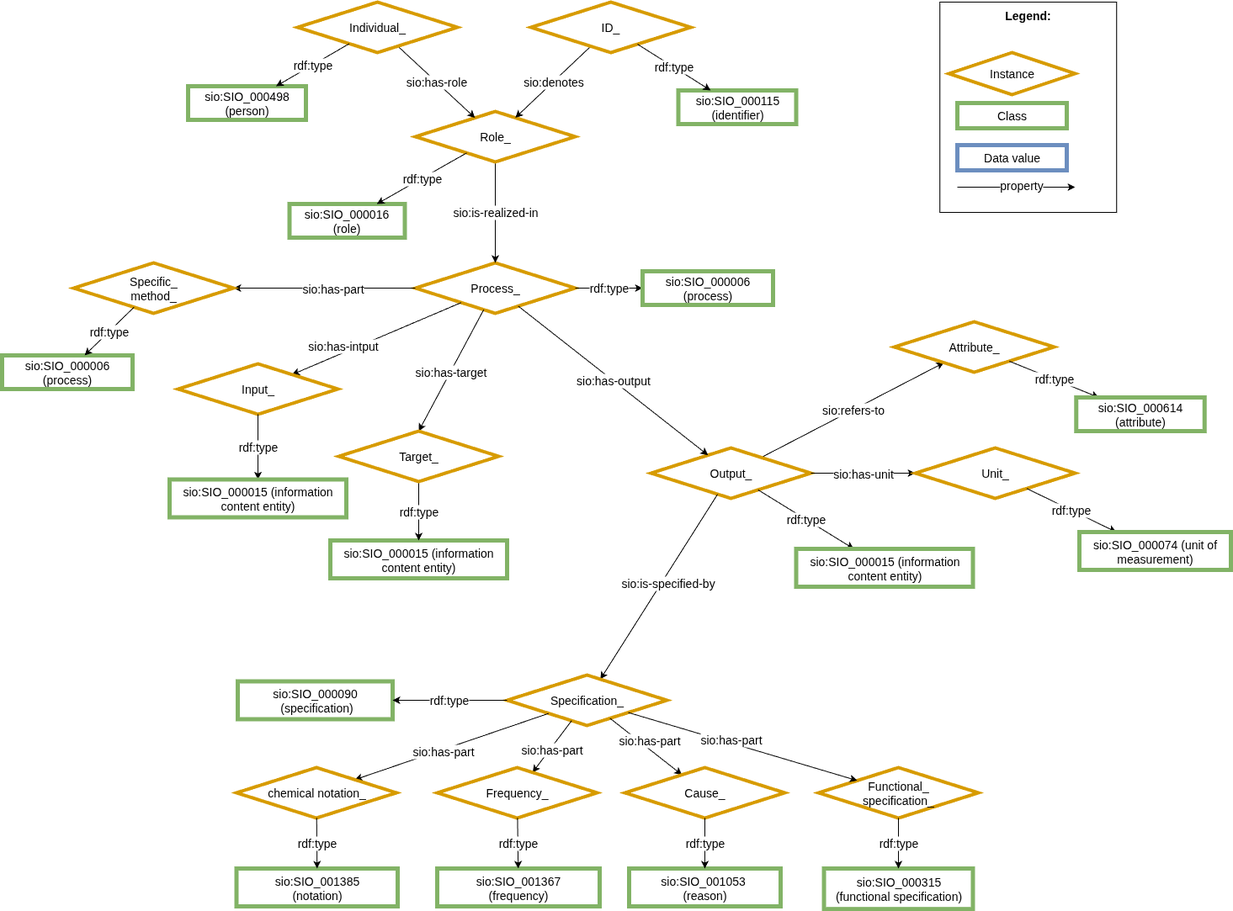
This is images/CARE-SM-Core.drawio.png from CARE-SM/CARE-Semantic-Model, a draw.io export, as it was before one commit. Source tidied: cells renumbered, new cells last; positions are measured from the earlier drawing's top-left corner, leaving out a move shared by most shapes.
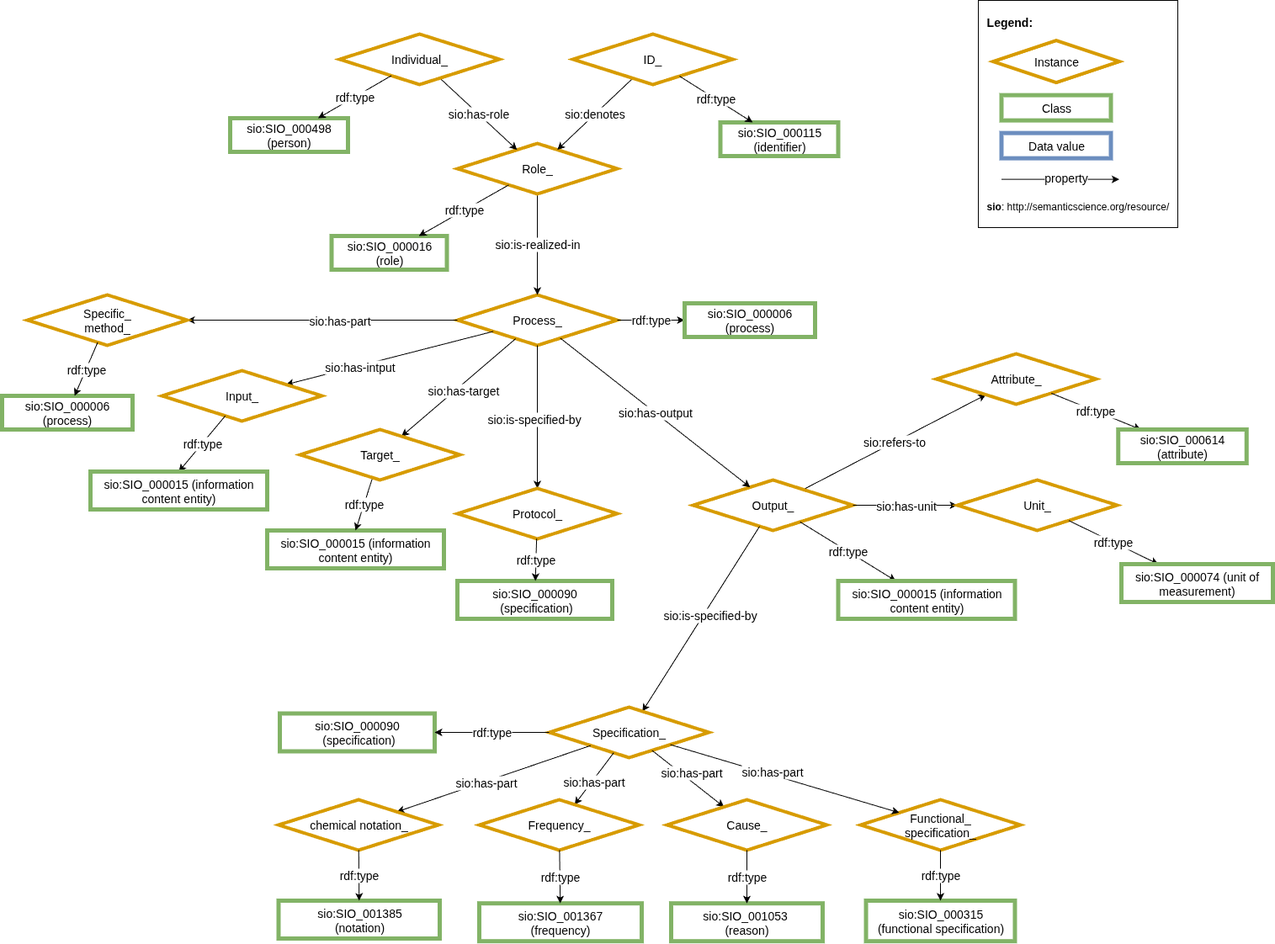
Above is the later version.

The edit, as a diff of the source:
```diff
@@ -79,16 +79,16 @@
       <mxGeometry x="600" y="800" width="190" height="60" as="geometry" />
     </mxCell>
     <mxCell id="26" value="Input_" style="rhombus;whiteSpace=wrap;html=1;fillColor=#FFFFFF;strokeColor=#D79B00;perimeter=rhombusPerimeter;arcSize=20;comic=0;enumerate=0;strokeWidth=4;rounded=0;fontSize=14;" parent="1" vertex="1">
-      <mxGeometry x="209" y="430" width="190" height="60" as="geometry" />
+      <mxGeometry x="140" y="400" width="190" height="60" as="geometry" />
     </mxCell>
     <mxCell id="27" value="&lt;font style=&quot;font-size: 14px;&quot;&gt;sio:SIO_000015 (information content entity)&lt;/font&gt;" style="whiteSpace=wrap;html=1;fillColor=#FFFFFF;strokeColor=#82b366;strokeWidth=5;fontSize=14;" parent="1" vertex="1">
-      <mxGeometry x="390" y="640" width="210" height="45" as="geometry" />
+      <mxGeometry x="265" y="590" width="210" height="45" as="geometry" />
     </mxCell>
-    <mxCell id="28" value="rdf:type" style="edgeStyle=none;rounded=0;jettySize=auto;html=1;exitX=0.5;exitY=1;exitDx=0;exitDy=0;entryX=0.5;entryY=0;entryDx=0;entryDy=0;fontSize=14;" parent="1" edge="1" source="26" target="29">
+    <mxCell id="28" value="rdf:type" style="edgeStyle=none;rounded=0;jettySize=auto;html=1;entryX=0.5;entryY=0;entryDx=0;entryDy=0;fontSize=14;" parent="1" edge="1" source="26" target="29">
       <mxGeometry relative="1" as="geometry" />
     </mxCell>
     <mxCell id="29" value="&lt;font style=&quot;font-size: 14px;&quot;&gt;sio:SIO_000015 (information content entity)&lt;/font&gt;" style="whiteSpace=wrap;html=1;fillColor=#FFFFFF;strokeColor=#82b366;strokeWidth=5;fontSize=14;" parent="1" vertex="1">
-      <mxGeometry x="199" y="567.5" width="210" height="45" as="geometry" />
+      <mxGeometry x="55" y="520" width="210" height="45" as="geometry" />
     </mxCell>
     <mxCell id="30" style="edgeStyle=none;rounded=0;jettySize=auto;html=1;fontSize=14;" parent="1" edge="1" source="3" target="32">
       <mxGeometry relative="1" as="geometry" />
@@ -107,28 +107,10 @@
     <mxCell id="34" value="&lt;font style=&quot;font-size: 14px;&quot;&gt;sio:SIO_000074 (unit of measurement)&lt;/font&gt;" style="whiteSpace=wrap;html=1;fillColor=#FFFFFF;strokeColor=#82b366;strokeWidth=5;fontSize=14;" parent="1" vertex="1">
       <mxGeometry x="1280" y="630" width="180" height="45" as="geometry" />
     </mxCell>
-    <mxCell id="35" value="&lt;div style=&quot;text-align: left; font-size: 14px;&quot;&gt;&lt;span style=&quot;background-color: initial; font-size: 14px;&quot;&gt;&lt;b style=&quot;font-size: 14px;&quot;&gt;&lt;font style=&quot;font-size: 14px;&quot;&gt;Legend:&lt;/font&gt;&lt;/b&gt;&lt;/span&gt;&lt;/div&gt;&lt;div style=&quot;text-align: left; font-size: 14px;&quot;&gt;&lt;span style=&quot;background-color: initial; font-size: 14px;&quot;&gt;&lt;br style=&quot;font-size: 14px;&quot;&gt;&lt;/span&gt;&lt;/div&gt;&lt;div style=&quot;text-align: left; font-size: 14px;&quot;&gt;&lt;span style=&quot;background-color: initial; font-size: 14px;&quot;&gt;&lt;br style=&quot;font-size: 14px;&quot;&gt;&lt;/span&gt;&lt;/div&gt;&lt;div style=&quot;text-align: left; font-size: 14px;&quot;&gt;&lt;span style=&quot;background-color: initial; font-size: 14px;&quot;&gt;&lt;br style=&quot;font-size: 14px;&quot;&gt;&lt;/span&gt;&lt;/div&gt;&lt;div style=&quot;text-align: left; font-size: 14px;&quot;&gt;&lt;br style=&quot;font-size: 14px;&quot;&gt;&lt;/div&gt;&lt;div style=&quot;text-align: left; font-size: 14px;&quot;&gt;&lt;br style=&quot;font-size: 14px;&quot;&gt;&lt;/div&gt;&lt;div style=&quot;text-align: left; font-size: 14px;&quot;&gt;&lt;br style=&quot;font-size: 14px;&quot;&gt;&lt;/div&gt;&lt;div style=&quot;text-align: left; font-size: 14px;&quot;&gt;&lt;br style=&quot;font-size: 14px;&quot;&gt;&lt;/div&gt;&lt;div style=&quot;text-align: left; font-size: 14px;&quot;&gt;&lt;br style=&quot;font-size: 14px;&quot;&gt;&lt;/div&gt;&lt;div style=&quot;text-align: left; font-size: 14px;&quot;&gt;&lt;span style=&quot;background-color: initial; font-size: 14px;&quot;&gt;&lt;br style=&quot;font-size: 14px;&quot;&gt;&lt;/span&gt;&lt;/div&gt;&lt;div style=&quot;text-align: left; font-size: 14px;&quot;&gt;&lt;span style=&quot;background-color: initial; font-size: 14px;&quot;&gt;&lt;br style=&quot;font-size: 14px;&quot;&gt;&lt;/span&gt;&lt;/div&gt;&lt;div style=&quot;text-align: left; font-size: 14px;&quot;&gt;&lt;span style=&quot;background-color: initial; font-size: 14px;&quot;&gt;&lt;br style=&quot;font-size: 14px;&quot;&gt;&lt;/span&gt;&lt;/div&gt;&lt;div style=&quot;text-align: left; font-size: 14px;&quot;&gt;&lt;span style=&quot;background-color: initial; font-size: 14px;&quot;&gt;&lt;br style=&quot;font-size: 14px;&quot;&gt;&lt;/span&gt;&lt;/div&gt;&lt;div style=&quot;text-align: left; font-size: 14px;&quot;&gt;&lt;span style=&quot;background-color: initial; font-size: 14px;&quot;&gt;&lt;br style=&quot;font-size: 14px;&quot;&gt;&lt;/span&gt;&lt;/div&gt;" style="rounded=0;whiteSpace=wrap;html=1;fontSize=14;" parent="1" vertex="1">
-      <mxGeometry x="1114.2" width="210" height="250" as="geometry" />
-    </mxCell>
-    <mxCell id="36" value="Class" style="whiteSpace=wrap;html=1;fillColor=#FFFFFF;strokeColor=#82b366;strokeWidth=5;fontSize=14;" parent="1" vertex="1">
-      <mxGeometry x="1135" y="120" width="130" height="30" as="geometry" />
-    </mxCell>
-    <mxCell id="37" value="Instance" style="rhombus;whiteSpace=wrap;html=1;fillColor=#FFFFFF;strokeColor=#D79B00;rotation=0;perimeter=rhombusPerimeter;arcSize=20;comic=0;enumerate=0;strokeWidth=4;rounded=0;fontSize=14;" parent="1" vertex="1">
-      <mxGeometry x="1125" y="60" width="150" height="50" as="geometry" />
-    </mxCell>
-    <mxCell id="38" value="Data value" style="whiteSpace=wrap;html=1;fillColor=#FFFFFF;strokeColor=#6c8ebf;strokeWidth=5;fontSize=14;" parent="1" vertex="1">
-      <mxGeometry x="1135" y="170" width="130" height="30" as="geometry" />
-    </mxCell>
-    <mxCell id="39" value="property" style="rounded=0;orthogonalLoop=1;jettySize=auto;html=1;exitX=1;exitY=1;exitDx=0;exitDy=0;fontSize=14;" parent="1" edge="1">
-      <mxGeometry x="0.09" y="2" relative="1" as="geometry">
-        <mxPoint x="1135" y="220" as="sourcePoint" />
-        <mxPoint x="1275" y="220" as="targetPoint" />
-      </mxGeometry>
-    </mxCell>
     <mxCell id="40" value="rdf:type" style="edgeStyle=none;rounded=0;jettySize=auto;html=1;fontSize=14;" parent="1" edge="1" source="14" target="20">
       <mxGeometry relative="1" as="geometry" />
     </mxCell>
-    <mxCell id="41" style="edgeStyle=none;rounded=0;jettySize=auto;html=1;entryX=0.5;entryY=0;entryDx=0;entryDy=0;fontSize=14;" parent="1" edge="1" source="4" target="45">
+    <mxCell id="41" style="edgeStyle=none;rounded=0;jettySize=auto;html=1;fontSize=14;" parent="1" edge="1" source="4" target="45">
       <mxGeometry relative="1" as="geometry" />
     </mxCell>
     <mxCell id="42" value="sio:has-target" style="edgeLabel;html=1;align=center;verticalAlign=middle;fontSize=14;" parent="41" vertex="1">
@@ -136,14 +118,14 @@
         <mxPoint x="-8" y="16" as="offset" />
       </mxGeometry>
     </mxCell>
-    <mxCell id="43" value="rdf:type" style="edgeStyle=none;rounded=0;jettySize=auto;html=1;exitX=0.5;exitY=1;exitDx=0;exitDy=0;entryX=0.5;entryY=0;entryDx=0;entryDy=0;fontSize=14;" parent="1" edge="1" source="45" target="27">
+    <mxCell id="43" value="rdf:type" style="edgeStyle=none;rounded=0;jettySize=auto;html=1;entryX=0.5;entryY=0;entryDx=0;entryDy=0;fontSize=14;" parent="1" edge="1" source="45" target="27">
       <mxGeometry relative="1" as="geometry" />
     </mxCell>
     <mxCell id="44" value="sio:SIO_000090&lt;div&gt;&amp;nbsp;(specification)&lt;/div&gt;" style="whiteSpace=wrap;html=1;fillColor=#FFFFFF;strokeColor=#82b366;strokeWidth=5;fontSize=14;" parent="1" vertex="1">
       <mxGeometry x="280" y="807.5" width="184" height="45" as="geometry" />
     </mxCell>
     <mxCell id="45" value="Target_" style="rhombus;whiteSpace=wrap;html=1;fillColor=#FFFFFF;strokeColor=#D79B00;perimeter=rhombusPerimeter;arcSize=20;comic=0;enumerate=0;strokeWidth=4;rounded=0;fontSize=14;" parent="1" vertex="1">
-      <mxGeometry x="400" y="510" width="190" height="60" as="geometry" />
+      <mxGeometry x="304" y="470" width="190" height="60" as="geometry" />
     </mxCell>
     <mxCell id="46" value="rdf:type" style="edgeStyle=none;rounded=0;jettySize=auto;html=1;fontSize=14;" parent="1" edge="1" source="25" target="44">
       <mxGeometry relative="1" as="geometry" />
@@ -167,7 +149,7 @@
       <mxGeometry relative="1" as="geometry" />
     </mxCell>
     <mxCell id="53" value="&lt;font style=&quot;font-size: 14px;&quot;&gt;sio:SIO_001367&lt;br&gt;(frequency)&lt;/font&gt;" style="whiteSpace=wrap;html=1;fillColor=#FFFFFF;strokeColor=#82b366;strokeWidth=5;fontSize=14;" parent="1" vertex="1">
-      <mxGeometry x="517" y="1030" width="193" height="45" as="geometry" />
+      <mxGeometry x="517" y="1033.2" width="193" height="45" as="geometry" />
     </mxCell>
     <mxCell id="54" value="rdf:type" style="edgeStyle=none;rounded=0;jettySize=auto;html=1;fontSize=14;" parent="1" edge="1" source="50" target="53">
       <mxGeometry relative="1" as="geometry" />
@@ -190,10 +172,10 @@
       </mxGeometry>
     </mxCell>
     <mxCell id="59" value="Specific_&lt;div&gt;method_&lt;/div&gt;" style="rhombus;whiteSpace=wrap;html=1;fillColor=#FFFFFF;strokeColor=#D79B00;perimeter=rhombusPerimeter;arcSize=20;comic=0;enumerate=0;strokeWidth=4;rounded=0;fontSize=14;" parent="1" vertex="1">
-      <mxGeometry x="85" y="310" width="190" height="60" as="geometry" />
+      <mxGeometry x="-20" y="310" width="190" height="60" as="geometry" />
     </mxCell>
     <mxCell id="60" value="sio:SIO_000006 (process)" style="whiteSpace=wrap;html=1;fillColor=#FFFFFF;strokeColor=#82b366;strokeWidth=5;fontSize=14;" parent="1" vertex="1">
-      <mxGeometry y="420" width="155" height="40" as="geometry" />
+      <mxGeometry x="-50" y="430" width="155" height="40" as="geometry" />
     </mxCell>
     <mxCell id="61" value="rdf:type" style="edgeStyle=none;rounded=0;jettySize=auto;html=1;fontSize=14;" parent="1" edge="1" source="59" target="60">
       <mxGeometry relative="1" as="geometry" />
@@ -216,7 +198,7 @@
       <mxGeometry x="740" y="910" width="190" height="60" as="geometry" />
     </mxCell>
     <mxCell id="67" value="&lt;font style=&quot;font-size: 14px;&quot;&gt;sio:SIO_001053&amp;nbsp;&lt;/font&gt;&lt;div&gt;&lt;font style=&quot;font-size: 14px;&quot;&gt;(reason)&lt;/font&gt;&lt;/div&gt;" style="whiteSpace=wrap;html=1;fillColor=#FFFFFF;strokeColor=#82b366;strokeWidth=5;fontSize=14;" parent="1" vertex="1">
-      <mxGeometry x="745" y="1030" width="180" height="45" as="geometry" />
+      <mxGeometry x="745" y="1033.2" width="180" height="45" as="geometry" />
     </mxCell>
     <mxCell id="68" value="rdf:type" style="edgeStyle=none;rounded=0;jettySize=auto;html=1;fontSize=14;" parent="1" edge="1" source="66" target="67">
       <mxGeometry relative="1" as="geometry" />
@@ -238,5 +220,40 @@
         <mxPoint x="13" y="-1" as="offset" />
       </mxGeometry>
     </mxCell>
+    <mxCell id="74" style="edgeStyle=none;rounded=0;jettySize=auto;html=1;strokeWidth=1;fontSize=14;" parent="1" edge="1" source="4" target="76">
+      <mxGeometry relative="1" as="geometry" />
+    </mxCell>
+    <mxCell id="75" value="sio:is-specified-by" style="edgeLabel;html=1;align=center;verticalAlign=middle;fontSize=14;" parent="74" vertex="1">
+      <mxGeometry x="-0.21" y="-1" relative="1" as="geometry">
+        <mxPoint x="-4" y="19" as="offset" />
+      </mxGeometry>
+    </mxCell>
+    <mxCell id="76" value="Protocol_" style="rhombus;whiteSpace=wrap;html=1;fillColor=#FFFFFF;strokeColor=#D79B00;perimeter=rhombusPerimeter;arcSize=20;comic=0;enumerate=0;strokeWidth=4;rounded=0;fontSize=14;" parent="1" vertex="1">
+      <mxGeometry x="491" y="540" width="190" height="60" as="geometry" />
+    </mxCell>
+    <mxCell id="77" value="sio:SIO_000090&lt;div&gt;&amp;nbsp;(specification)&lt;/div&gt;" style="whiteSpace=wrap;html=1;fillColor=#FFFFFF;strokeColor=#82b366;strokeWidth=5;fontSize=14;" parent="1" vertex="1">
+      <mxGeometry x="491" y="650" width="184" height="45" as="geometry" />
+    </mxCell>
+    <mxCell id="78" value="rdf:type" style="edgeStyle=none;rounded=0;jettySize=auto;html=1;fontSize=14;" parent="1" edge="1" source="76" target="77">
+      <mxGeometry relative="1" as="geometry" />
+    </mxCell>
+    <mxCell id="79" value="&lt;div style=&quot;text-align: left; font-size: 14px;&quot;&gt;&lt;span style=&quot;background-color: initial; font-size: 14px;&quot;&gt;&lt;b style=&quot;font-size: 14px;&quot;&gt;&lt;font style=&quot;font-size: 14px;&quot;&gt;Legend:&lt;/font&gt;&lt;/b&gt;&lt;/span&gt;&lt;/div&gt;&lt;div style=&quot;text-align: left; font-size: 14px;&quot;&gt;&lt;span style=&quot;background-color: initial; font-size: 14px;&quot;&gt;&lt;br style=&quot;font-size: 14px;&quot;&gt;&lt;/span&gt;&lt;/div&gt;&lt;div style=&quot;text-align: left; font-size: 14px;&quot;&gt;&lt;span style=&quot;background-color: initial; font-size: 14px;&quot;&gt;&lt;br style=&quot;font-size: 14px;&quot;&gt;&lt;/span&gt;&lt;/div&gt;&lt;div style=&quot;text-align: left; font-size: 14px;&quot;&gt;&lt;span style=&quot;background-color: initial; font-size: 14px;&quot;&gt;&lt;br style=&quot;font-size: 14px;&quot;&gt;&lt;/span&gt;&lt;/div&gt;&lt;div style=&quot;text-align: left; font-size: 14px;&quot;&gt;&lt;br style=&quot;font-size: 14px;&quot;&gt;&lt;/div&gt;&lt;div style=&quot;text-align: left; font-size: 14px;&quot;&gt;&lt;br style=&quot;font-size: 14px;&quot;&gt;&lt;/div&gt;&lt;div style=&quot;text-align: left; font-size: 14px;&quot;&gt;&lt;br style=&quot;font-size: 14px;&quot;&gt;&lt;/div&gt;&lt;div style=&quot;text-align: left; font-size: 14px;&quot;&gt;&lt;br style=&quot;font-size: 14px;&quot;&gt;&lt;/div&gt;&lt;div style=&quot;text-align: left; font-size: 14px;&quot;&gt;&lt;br style=&quot;font-size: 14px;&quot;&gt;&lt;/div&gt;&lt;div style=&quot;text-align: left; font-size: 14px;&quot;&gt;&lt;span style=&quot;background-color: initial; font-size: 14px;&quot;&gt;&lt;br style=&quot;font-size: 14px;&quot;&gt;&lt;/span&gt;&lt;/div&gt;&lt;div style=&quot;text-align: left; font-size: 14px;&quot;&gt;&lt;span style=&quot;background-color: initial; font-size: 14px;&quot;&gt;&lt;br style=&quot;font-size: 14px;&quot;&gt;&lt;/span&gt;&lt;/div&gt;&lt;div style=&quot;text-align: left; font-size: 14px;&quot;&gt;&lt;span style=&quot;background-color: initial; font-size: 14px;&quot;&gt;&lt;br style=&quot;font-size: 14px;&quot;&gt;&lt;/span&gt;&lt;/div&gt;&lt;div style=&quot;text-align: left; font-size: 14px;&quot;&gt;&lt;span style=&quot;background-color: initial; font-size: 14px;&quot;&gt;&lt;br style=&quot;font-size: 14px;&quot;&gt;&lt;/span&gt;&lt;/div&gt;&lt;div style=&quot;text-align: left; font-size: 14px;&quot;&gt;&lt;b style=&quot;background-color: transparent; color: light-dark(rgb(0, 0, 0), rgb(255, 255, 255)); font-size: 12px; text-align: center;&quot;&gt;sio&lt;/b&gt;&lt;span style=&quot;background-color: transparent; color: light-dark(rgb(0, 0, 0), rgb(255, 255, 255)); font-size: 12px; text-align: center;&quot;&gt;: http://semanticscience.org/resource/&lt;/span&gt;&lt;/div&gt;" style="rounded=0;whiteSpace=wrap;html=1;fontSize=14;" parent="1" vertex="1">
+      <mxGeometry x="1110" y="-40" width="237" height="270" as="geometry" />
+    </mxCell>
+    <mxCell id="36" value="Class" style="whiteSpace=wrap;html=1;fillColor=#FFFFFF;strokeColor=#82b366;strokeWidth=5;fontSize=14;" parent="1" vertex="1">
+      <mxGeometry x="1137.5" y="72.6" width="130" height="30" as="geometry" />
+    </mxCell>
+    <mxCell id="37" value="Instance" style="rhombus;whiteSpace=wrap;html=1;fillColor=#FFFFFF;strokeColor=#D79B00;rotation=0;perimeter=rhombusPerimeter;arcSize=20;comic=0;enumerate=0;strokeWidth=4;rounded=0;fontSize=14;" parent="1" vertex="1">
+      <mxGeometry x="1127.5" y="7.6" width="150" height="50" as="geometry" />
+    </mxCell>
+    <mxCell id="38" value="Data value" style="whiteSpace=wrap;html=1;fillColor=#FFFFFF;strokeColor=#6c8ebf;strokeWidth=5;fontSize=14;" parent="1" vertex="1">
+      <mxGeometry x="1137.5" y="117.6" width="130" height="30" as="geometry" />
+    </mxCell>
+    <mxCell id="39" value="property" style="rounded=0;orthogonalLoop=1;jettySize=auto;html=1;exitX=1;exitY=1;exitDx=0;exitDy=0;fontSize=14;" parent="1" edge="1">
+      <mxGeometry x="0.09" y="2" relative="1" as="geometry">
+        <mxPoint x="1137.5" y="172.6" as="sourcePoint" />
+        <mxPoint x="1277.5" y="172.6" as="targetPoint" />
+      </mxGeometry>
+    </mxCell>
   </root>
 </mxGraphModel>
```
